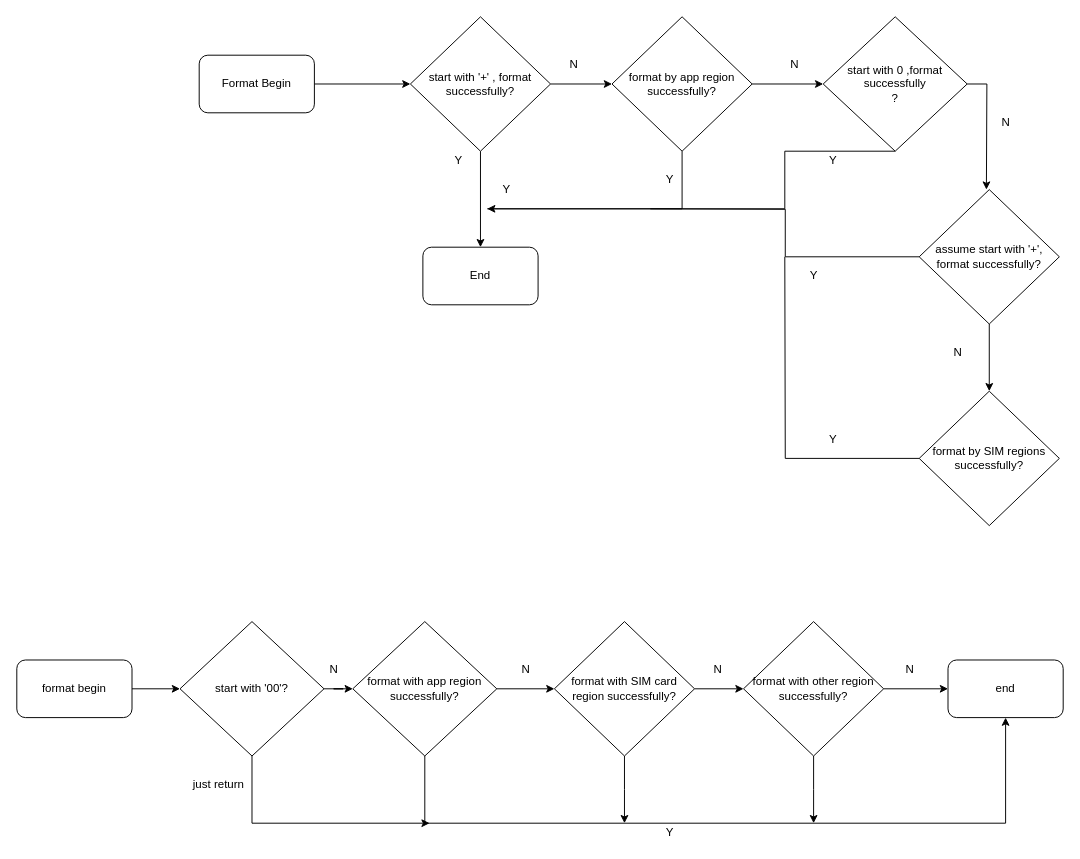
Above: format phone.drawio in cguank/- (draw.io), before the change. Source tidied: cells renumbered, new cells numbered last; positions are measured from the earlier drawing's top-left corner, leaving out a move shared by most shapes. Both pictures are drawn from the tidied source at 96%, with x=0, y=0 at pixel (16, 16).
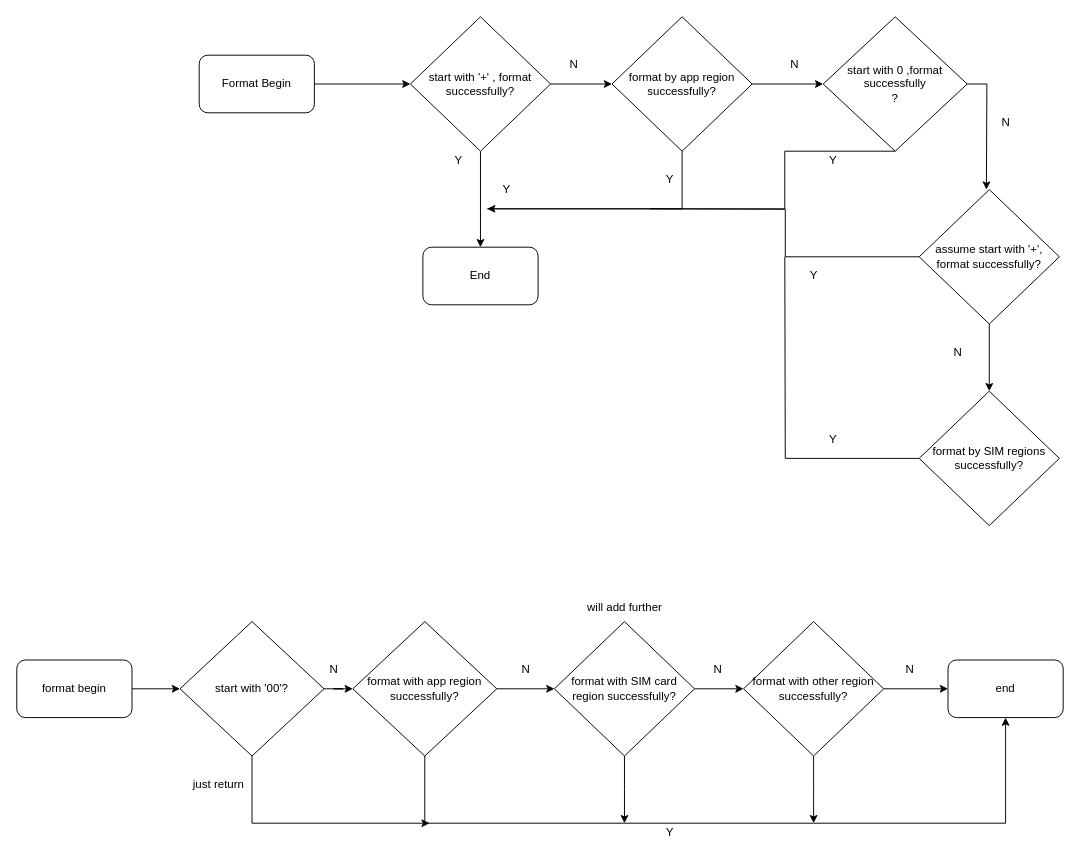
After the change.

What changed in the source:
```diff
@@
+    <mxCell id="50" value="will add further" style="text;html=1;align=center;verticalAlign=middle;strokeColor=none;fillColor=none;" parent="1" vertex="1">
+      <mxGeometry x="583" y="600" width="100" height="30" as="geometry" />
+    </mxCell>
```
